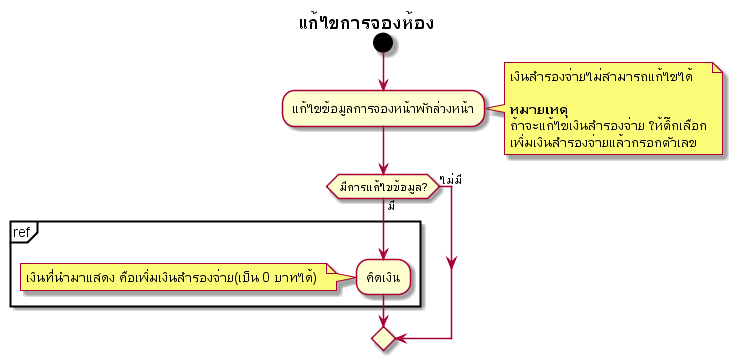
This is out/activity-diagram/reservation/editreservation/แก้ไขการจองห้อง.png from cheat13/Prompiman_Diagram, a PlantUML export, as it was before one commit.
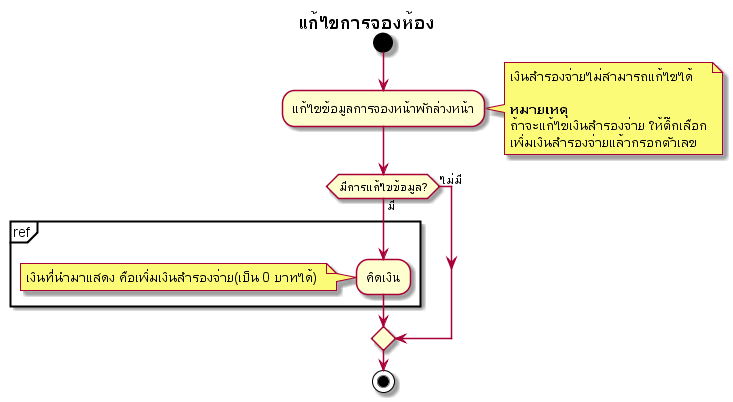
After the commit.

The edit, as a diff of the source:
```diff
@@ -9,6 +9,7 @@
 ถ้าจะแก้ไขเงินสำรองจ่าย ให้ติ๊กเลือก
 เพิ่มเงินสำรองจ่ายแล้วกรอกตัวเลข
 end note
+
 if(มีการแก้ไขข้อมูล?) then (มี);
 partition ref {
 	:คิดเงิน;
@@ -17,5 +18,7 @@
 เงินที่นำมาแสดง คือเพิ่มเงินสำรองจ่าย(เป็น 0 บาทได้)
 end note
 else(ไม่มี)
+endif
+stop
 
 @enduml
```
